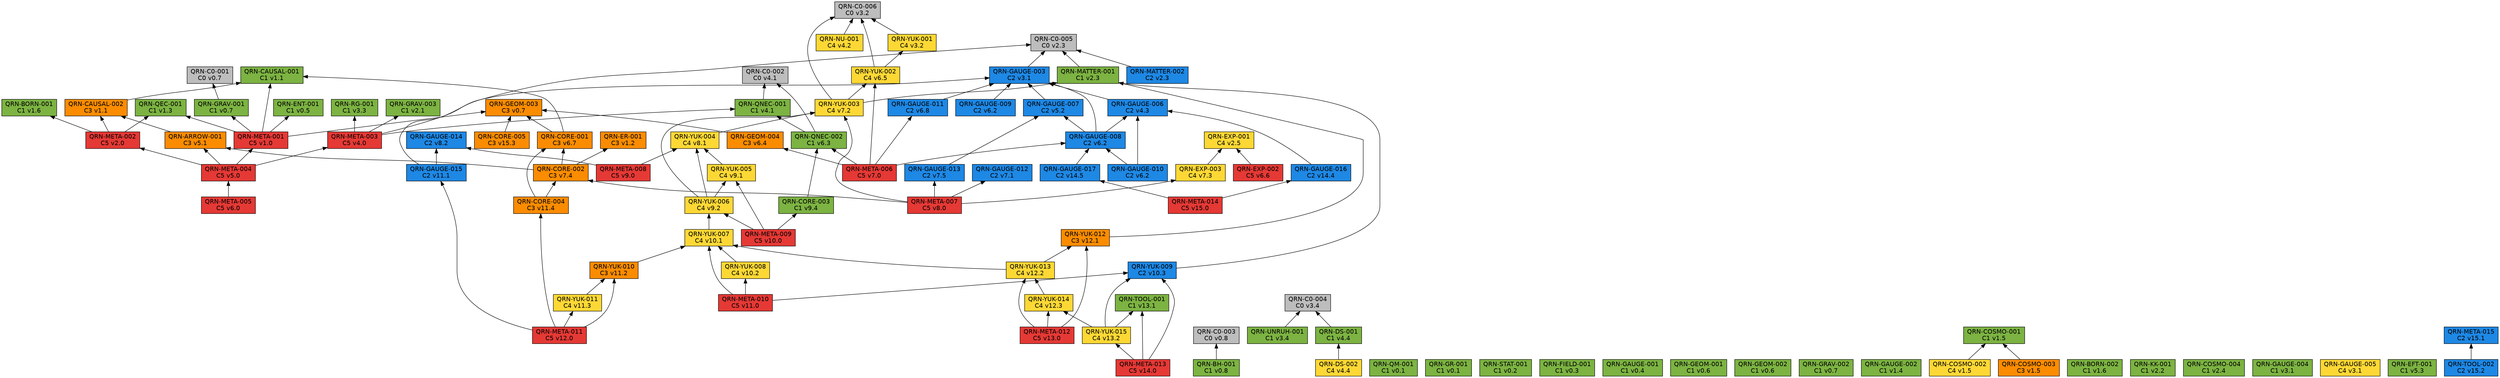
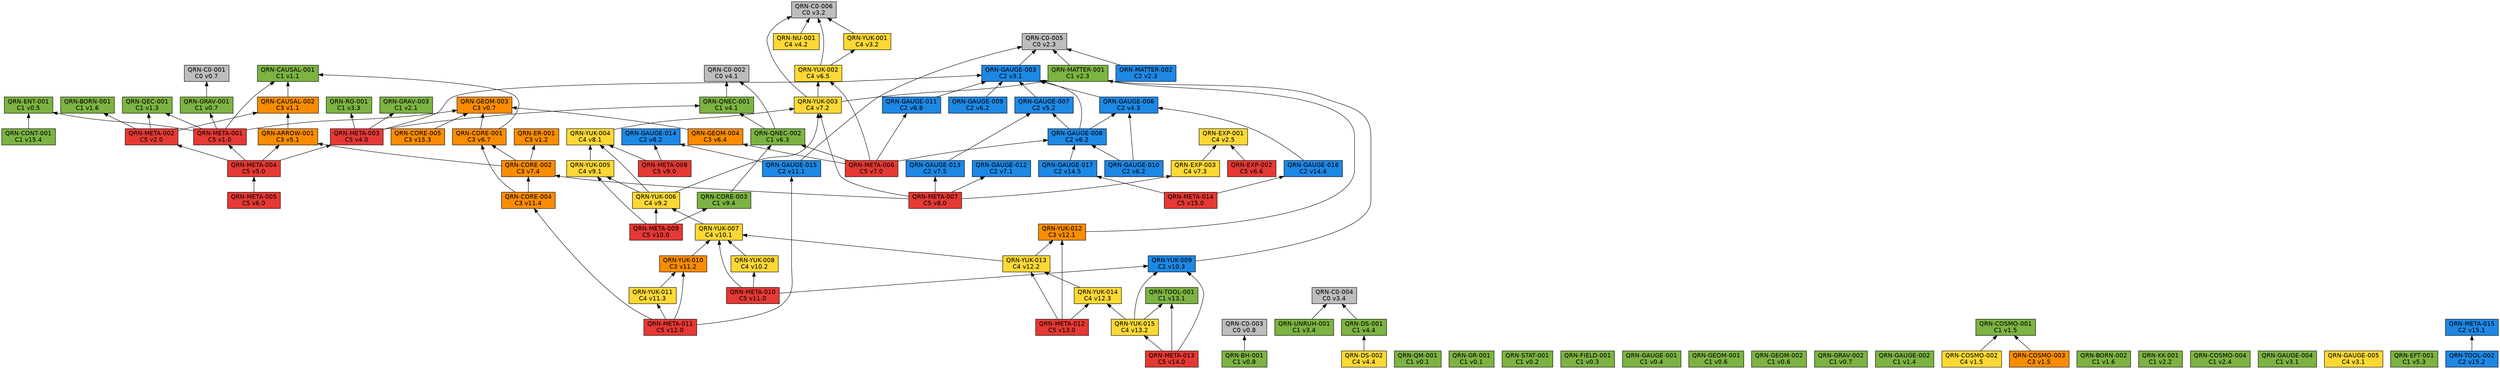
// 自動生成 (dag/report.pl) — QRN 主張依存グラフ
digraph qrn {
  rankdir=BT;
  node [shape=box, style=filled, fontname="Helvetica"];
  "QRN-C0-001" [fillcolor="#bdbdbd", label="QRN-C0-001\nC0 v0.7"];
  "QRN-C0-002" [fillcolor="#bdbdbd", label="QRN-C0-002\nC0 v4.1"];
  "QRN-C0-003" [fillcolor="#bdbdbd", label="QRN-C0-003\nC0 v0.8"];
  "QRN-C0-004" [fillcolor="#bdbdbd", label="QRN-C0-004\nC0 v3.4"];
  "QRN-C0-005" [fillcolor="#bdbdbd", label="QRN-C0-005\nC0 v2.3"];
  "QRN-C0-006" [fillcolor="#bdbdbd", label="QRN-C0-006\nC0 v3.2"];
  "QRN-QM-001" [fillcolor="#7cb342", label="QRN-QM-001\nC1 v0.1"];
  "QRN-GR-001" [fillcolor="#7cb342", label="QRN-GR-001\nC1 v0.1"];
  "QRN-STAT-001" [fillcolor="#7cb342", label="QRN-STAT-001\nC1 v0.2"];
  "QRN-FIELD-001" [fillcolor="#7cb342", label="QRN-FIELD-001\nC1 v0.3"];
  "QRN-GAUGE-001" [fillcolor="#7cb342", label="QRN-GAUGE-001\nC1 v0.4"];
  "QRN-ENT-001" [fillcolor="#7cb342", label="QRN-ENT-001\nC1 v0.5"];
  "QRN-GEOM-001" [fillcolor="#7cb342", label="QRN-GEOM-001\nC1 v0.6"];
  "QRN-GEOM-002" [fillcolor="#7cb342", label="QRN-GEOM-002\nC1 v0.6"];
  "QRN-GEOM-003" [fillcolor="#fb8c00", label="QRN-GEOM-003\nC3 v0.7"];
  "QRN-GRAV-001" [fillcolor="#7cb342", label="QRN-GRAV-001\nC1 v0.7"];
  "QRN-GRAV-002" [fillcolor="#7cb342", label="QRN-GRAV-002\nC1 v0.7"];
  "QRN-BH-001" [fillcolor="#7cb342", label="QRN-BH-001\nC1 v0.8"];
  "QRN-CAUSAL-001" [fillcolor="#7cb342", label="QRN-CAUSAL-001\nC1 v1.1"];
  "QRN-CAUSAL-002" [fillcolor="#fb8c00", label="QRN-CAUSAL-002\nC3 v1.1"];
  "QRN-ER-001" [fillcolor="#fb8c00", label="QRN-ER-001\nC3 v1.2"];
  "QRN-QEC-001" [fillcolor="#7cb342", label="QRN-QEC-001\nC1 v1.3"];
  "QRN-GAUGE-002" [fillcolor="#7cb342", label="QRN-GAUGE-002\nC1 v1.4"];
  "QRN-COSMO-001" [fillcolor="#7cb342", label="QRN-COSMO-001\nC1 v1.5"];
  "QRN-COSMO-002" [fillcolor="#fdd835", label="QRN-COSMO-002\nC4 v1.5"];
  "QRN-COSMO-003" [fillcolor="#fb8c00", label="QRN-COSMO-003\nC3 v1.5"];
  "QRN-BORN-001" [fillcolor="#7cb342", label="QRN-BORN-001\nC1 v1.6"];
  "QRN-BORN-002" [fillcolor="#7cb342", label="QRN-BORN-002\nC1 v1.6"];
  "QRN-GRAV-003" [fillcolor="#7cb342", label="QRN-GRAV-003\nC1 v2.1"];
  "QRN-KK-001" [fillcolor="#7cb342", label="QRN-KK-001\nC1 v2.2"];
  "QRN-MATTER-001" [fillcolor="#7cb342", label="QRN-MATTER-001\nC1 v2.3"];
  "QRN-MATTER-002" [fillcolor="#1e88e5", label="QRN-MATTER-002\nC2 v2.3"];
  "QRN-COSMO-004" [fillcolor="#7cb342", label="QRN-COSMO-004\nC1 v2.4"];
  "QRN-EXP-001" [fillcolor="#fdd835", label="QRN-EXP-001\nC4 v2.5"];
  "QRN-GAUGE-003" [fillcolor="#1e88e5", label="QRN-GAUGE-003\nC2 v3.1"];
  "QRN-GAUGE-004" [fillcolor="#7cb342", label="QRN-GAUGE-004\nC1 v3.1"];
  "QRN-GAUGE-005" [fillcolor="#fdd835", label="QRN-GAUGE-005\nC4 v3.1"];
  "QRN-YUK-001" [fillcolor="#fdd835", label="QRN-YUK-001\nC4 v3.2"];
  "QRN-RG-001" [fillcolor="#7cb342", label="QRN-RG-001\nC1 v3.3"];
  "QRN-UNRUH-001" [fillcolor="#7cb342", label="QRN-UNRUH-001\nC1 v3.4"];
  "QRN-QNEC-001" [fillcolor="#7cb342", label="QRN-QNEC-001\nC1 v4.1"];
  "QRN-NU-001" [fillcolor="#fdd835", label="QRN-NU-001\nC4 v4.2"];
  "QRN-GAUGE-006" [fillcolor="#1e88e5", label="QRN-GAUGE-006\nC2 v4.3"];
  "QRN-DS-001" [fillcolor="#7cb342", label="QRN-DS-001\nC1 v4.4"];
  "QRN-DS-002" [fillcolor="#fdd835", label="QRN-DS-002\nC4 v4.4"];
  "QRN-ARROW-001" [fillcolor="#fb8c00", label="QRN-ARROW-001\nC3 v5.1"];
  "QRN-GAUGE-007" [fillcolor="#1e88e5", label="QRN-GAUGE-007\nC2 v5.2"];
  "QRN-EFT-001" [fillcolor="#7cb342", label="QRN-EFT-001\nC1 v5.3"];
  "QRN-GAUGE-008" [fillcolor="#1e88e5", label="QRN-GAUGE-008\nC2 v6.2"];
  "QRN-GAUGE-009" [fillcolor="#1e88e5", label="QRN-GAUGE-009\nC2 v6.2"];
  "QRN-GAUGE-010" [fillcolor="#1e88e5", label="QRN-GAUGE-010\nC2 v6.2"];
  "QRN-QNEC-002" [fillcolor="#7cb342", label="QRN-QNEC-002\nC1 v6.3"];
  "QRN-GEOM-004" [fillcolor="#fb8c00", label="QRN-GEOM-004\nC3 v6.4"];
  "QRN-YUK-002" [fillcolor="#fdd835", label="QRN-YUK-002\nC4 v6.5"];
  "QRN-EXP-002" [fillcolor="#e53935", label="QRN-EXP-002\nC5 v6.6"];
  "QRN-CORE-001" [fillcolor="#fb8c00", label="QRN-CORE-001\nC3 v6.7"];
  "QRN-GAUGE-011" [fillcolor="#1e88e5", label="QRN-GAUGE-011\nC2 v6.8"];
  "QRN-GAUGE-012" [fillcolor="#1e88e5", label="QRN-GAUGE-012\nC2 v7.1"];
  "QRN-YUK-003" [fillcolor="#fdd835", label="QRN-YUK-003\nC4 v7.2"];
  "QRN-EXP-003" [fillcolor="#fdd835", label="QRN-EXP-003\nC4 v7.3"];
  "QRN-CORE-002" [fillcolor="#fb8c00", label="QRN-CORE-002\nC3 v7.4"];
  "QRN-GAUGE-013" [fillcolor="#1e88e5", label="QRN-GAUGE-013\nC2 v7.5"];
  "QRN-YUK-004" [fillcolor="#fdd835", label="QRN-YUK-004\nC4 v8.1"];
  "QRN-GAUGE-014" [fillcolor="#1e88e5", label="QRN-GAUGE-014\nC2 v8.2"];
  "QRN-META-001" [fillcolor="#e53935", label="QRN-META-001\nC5 v1.0"];
  "QRN-META-002" [fillcolor="#e53935", label="QRN-META-002\nC5 v2.0"];
  "QRN-META-003" [fillcolor="#e53935", label="QRN-META-003\nC5 v4.0"];
  "QRN-META-004" [fillcolor="#e53935", label="QRN-META-004\nC5 v5.0"];
  "QRN-META-005" [fillcolor="#e53935", label="QRN-META-005\nC5 v6.0"];
  "QRN-META-006" [fillcolor="#e53935", label="QRN-META-006\nC5 v7.0"];
  "QRN-META-007" [fillcolor="#e53935", label="QRN-META-007\nC5 v8.0"];
  "QRN-META-008" [fillcolor="#e53935", label="QRN-META-008\nC5 v9.0"];
  "QRN-YUK-005" [fillcolor="#fdd835", label="QRN-YUK-005\nC4 v9.1"];
  "QRN-YUK-006" [fillcolor="#fdd835", label="QRN-YUK-006\nC4 v9.2"];
  "QRN-CORE-003" [fillcolor="#7cb342", label="QRN-CORE-003\nC1 v9.4"];
  "QRN-META-009" [fillcolor="#e53935", label="QRN-META-009\nC5 v10.0"];
  "QRN-YUK-007" [fillcolor="#fdd835", label="QRN-YUK-007\nC4 v10.1"];
  "QRN-YUK-008" [fillcolor="#fdd835", label="QRN-YUK-008\nC4 v10.2"];
  "QRN-YUK-009" [fillcolor="#1e88e5", label="QRN-YUK-009\nC2 v10.3"];
  "QRN-META-010" [fillcolor="#e53935", label="QRN-META-010\nC5 v11.0"];
  "QRN-GAUGE-015" [fillcolor="#1e88e5", label="QRN-GAUGE-015\nC2 v11.1"];
  "QRN-YUK-010" [fillcolor="#fb8c00", label="QRN-YUK-010\nC3 v11.2"];
  "QRN-YUK-011" [fillcolor="#fdd835", label="QRN-YUK-011\nC4 v11.3"];
  "QRN-CORE-004" [fillcolor="#fb8c00", label="QRN-CORE-004\nC3 v11.4"];
  "QRN-META-011" [fillcolor="#e53935", label="QRN-META-011\nC5 v12.0"];
  "QRN-YUK-012" [fillcolor="#fb8c00", label="QRN-YUK-012\nC3 v12.1"];
  "QRN-YUK-013" [fillcolor="#fdd835", label="QRN-YUK-013\nC4 v12.2"];
  "QRN-YUK-014" [fillcolor="#fdd835", label="QRN-YUK-014\nC4 v12.3"];
  "QRN-META-012" [fillcolor="#e53935", label="QRN-META-012\nC5 v13.0"];
  "QRN-TOOL-001" [fillcolor="#7cb342", label="QRN-TOOL-001\nC1 v13.1"];
  "QRN-YUK-015" [fillcolor="#fdd835", label="QRN-YUK-015\nC4 v13.2"];
  "QRN-META-013" [fillcolor="#e53935", label="QRN-META-013\nC5 v14.0"];
  "QRN-GAUGE-016" [fillcolor="#1e88e5", label="QRN-GAUGE-016\nC2 v14.4"];
  "QRN-GAUGE-017" [fillcolor="#1e88e5", label="QRN-GAUGE-017\nC2 v14.5"];
  "QRN-META-014" [fillcolor="#e53935", label="QRN-META-014\nC5 v15.0"];
  "QRN-META-015" [fillcolor="#1e88e5", label="QRN-META-015\nC2 v15.1"];
  "QRN-TOOL-002" [fillcolor="#1e88e5", label="QRN-TOOL-002\nC2 v15.2"];
  "QRN-CORE-005" [fillcolor="#fb8c00", label="QRN-CORE-005\nC3 v15.3"];
+   "QRN-CONT-001" [fillcolor="#7cb342", label="QRN-CONT-001\nC1 v15.4"];
  "QRN-GRAV-001" -> "QRN-C0-001";
  "QRN-BH-001" -> "QRN-C0-003";
  "QRN-CAUSAL-002" -> "QRN-CAUSAL-001";
  "QRN-COSMO-002" -> "QRN-COSMO-001";
  "QRN-COSMO-003" -> "QRN-COSMO-001";
  "QRN-MATTER-001" -> "QRN-C0-005";
  "QRN-MATTER-002" -> "QRN-C0-005";
  "QRN-GAUGE-003" -> "QRN-C0-005";
  "QRN-YUK-001" -> "QRN-C0-006";
  "QRN-UNRUH-001" -> "QRN-C0-004";
  "QRN-QNEC-001" -> "QRN-C0-002";
  "QRN-NU-001" -> "QRN-C0-006";
  "QRN-GAUGE-006" -> "QRN-GAUGE-003";
  "QRN-DS-001" -> "QRN-C0-004";
  "QRN-DS-002" -> "QRN-DS-001";
  "QRN-ARROW-001" -> "QRN-CAUSAL-002";
  "QRN-GAUGE-007" -> "QRN-GAUGE-003";
  "QRN-GAUGE-008" -> "QRN-GAUGE-003";
  "QRN-GAUGE-008" -> "QRN-GAUGE-006";
  "QRN-GAUGE-008" -> "QRN-GAUGE-007";
  "QRN-GAUGE-009" -> "QRN-GAUGE-003";
  "QRN-GAUGE-010" -> "QRN-GAUGE-006";
  "QRN-GAUGE-010" -> "QRN-GAUGE-008";
  "QRN-QNEC-002" -> "QRN-C0-002";
  "QRN-QNEC-002" -> "QRN-QNEC-001";
  "QRN-GEOM-004" -> "QRN-GEOM-003";
  "QRN-YUK-002" -> "QRN-C0-006";
  "QRN-YUK-002" -> "QRN-YUK-001";
  "QRN-EXP-002" -> "QRN-EXP-001";
  "QRN-CORE-001" -> "QRN-GEOM-003";
  "QRN-CORE-001" -> "QRN-CAUSAL-001";
  "QRN-GAUGE-011" -> "QRN-GAUGE-003";
  "QRN-YUK-003" -> "QRN-C0-006";
  "QRN-YUK-003" -> "QRN-MATTER-001";
  "QRN-YUK-003" -> "QRN-YUK-002";
  "QRN-EXP-003" -> "QRN-EXP-001";
  "QRN-CORE-002" -> "QRN-CORE-001";
  "QRN-CORE-002" -> "QRN-ER-001";
  "QRN-CORE-002" -> "QRN-ARROW-001";
  "QRN-GAUGE-013" -> "QRN-GAUGE-007";
  "QRN-YUK-004" -> "QRN-YUK-003";
  "QRN-META-001" -> "QRN-GEOM-003";
  "QRN-META-001" -> "QRN-GRAV-001";
  "QRN-META-001" -> "QRN-CAUSAL-001";
  "QRN-META-001" -> "QRN-QEC-001";
  "QRN-META-001" -> "QRN-ENT-001";
  "QRN-META-002" -> "QRN-QEC-001";
  "QRN-META-002" -> "QRN-BORN-001";
  "QRN-META-002" -> "QRN-CAUSAL-002";
  "QRN-META-003" -> "QRN-GAUGE-003";
  "QRN-META-003" -> "QRN-RG-001";
  "QRN-META-003" -> "QRN-QNEC-001";
  "QRN-META-003" -> "QRN-GRAV-003";
  "QRN-META-004" -> "QRN-META-001";
  "QRN-META-004" -> "QRN-META-002";
  "QRN-META-004" -> "QRN-META-003";
  "QRN-META-004" -> "QRN-ARROW-001";
  "QRN-META-005" -> "QRN-META-004";
  "QRN-META-006" -> "QRN-GAUGE-008";
  "QRN-META-006" -> "QRN-QNEC-002";
  "QRN-META-006" -> "QRN-GEOM-004";
  "QRN-META-006" -> "QRN-YUK-002";
  "QRN-META-006" -> "QRN-GAUGE-011";
  "QRN-META-007" -> "QRN-GAUGE-012";
  "QRN-META-007" -> "QRN-YUK-003";
  "QRN-META-007" -> "QRN-EXP-003";
  "QRN-META-007" -> "QRN-CORE-002";
  "QRN-META-007" -> "QRN-GAUGE-013";
  "QRN-META-008" -> "QRN-YUK-004";
  "QRN-META-008" -> "QRN-GAUGE-014";
  "QRN-YUK-005" -> "QRN-YUK-004";
  "QRN-YUK-006" -> "QRN-YUK-003";
  "QRN-YUK-006" -> "QRN-YUK-004";
  "QRN-YUK-006" -> "QRN-YUK-005";
  "QRN-CORE-003" -> "QRN-QNEC-002";
  "QRN-META-009" -> "QRN-YUK-005";
  "QRN-META-009" -> "QRN-YUK-006";
  "QRN-META-009" -> "QRN-CORE-003";
  "QRN-YUK-007" -> "QRN-YUK-006";
  "QRN-YUK-008" -> "QRN-YUK-007";
  "QRN-YUK-009" -> "QRN-MATTER-001";
  "QRN-META-010" -> "QRN-YUK-007";
  "QRN-META-010" -> "QRN-YUK-008";
  "QRN-META-010" -> "QRN-YUK-009";
  "QRN-GAUGE-015" -> "QRN-C0-005";
  "QRN-GAUGE-015" -> "QRN-GAUGE-014";
  "QRN-YUK-010" -> "QRN-YUK-007";
  "QRN-YUK-011" -> "QRN-YUK-010";
  "QRN-CORE-004" -> "QRN-CORE-001";
  "QRN-CORE-004" -> "QRN-CORE-002";
  "QRN-META-011" -> "QRN-GAUGE-015";
  "QRN-META-011" -> "QRN-YUK-010";
  "QRN-META-011" -> "QRN-YUK-011";
  "QRN-META-011" -> "QRN-CORE-004";
  "QRN-YUK-012" -> "QRN-MATTER-001";
  "QRN-YUK-013" -> "QRN-YUK-012";
  "QRN-YUK-013" -> "QRN-YUK-007";
  "QRN-YUK-014" -> "QRN-YUK-013";
  "QRN-META-012" -> "QRN-YUK-012";
  "QRN-META-012" -> "QRN-YUK-013";
  "QRN-META-012" -> "QRN-YUK-014";
  "QRN-YUK-015" -> "QRN-YUK-014";
  "QRN-YUK-015" -> "QRN-TOOL-001";
  "QRN-YUK-015" -> "QRN-YUK-009";
  "QRN-META-013" -> "QRN-YUK-015";
  "QRN-META-013" -> "QRN-TOOL-001";
  "QRN-META-013" -> "QRN-YUK-009";
  "QRN-GAUGE-016" -> "QRN-GAUGE-006";
  "QRN-GAUGE-017" -> "QRN-GAUGE-008";
  "QRN-META-014" -> "QRN-GAUGE-016";
  "QRN-META-014" -> "QRN-GAUGE-017";
  "QRN-TOOL-002" -> "QRN-META-015";
  "QRN-CORE-005" -> "QRN-GEOM-003";
+   "QRN-CONT-001" -> "QRN-ENT-001";
}
